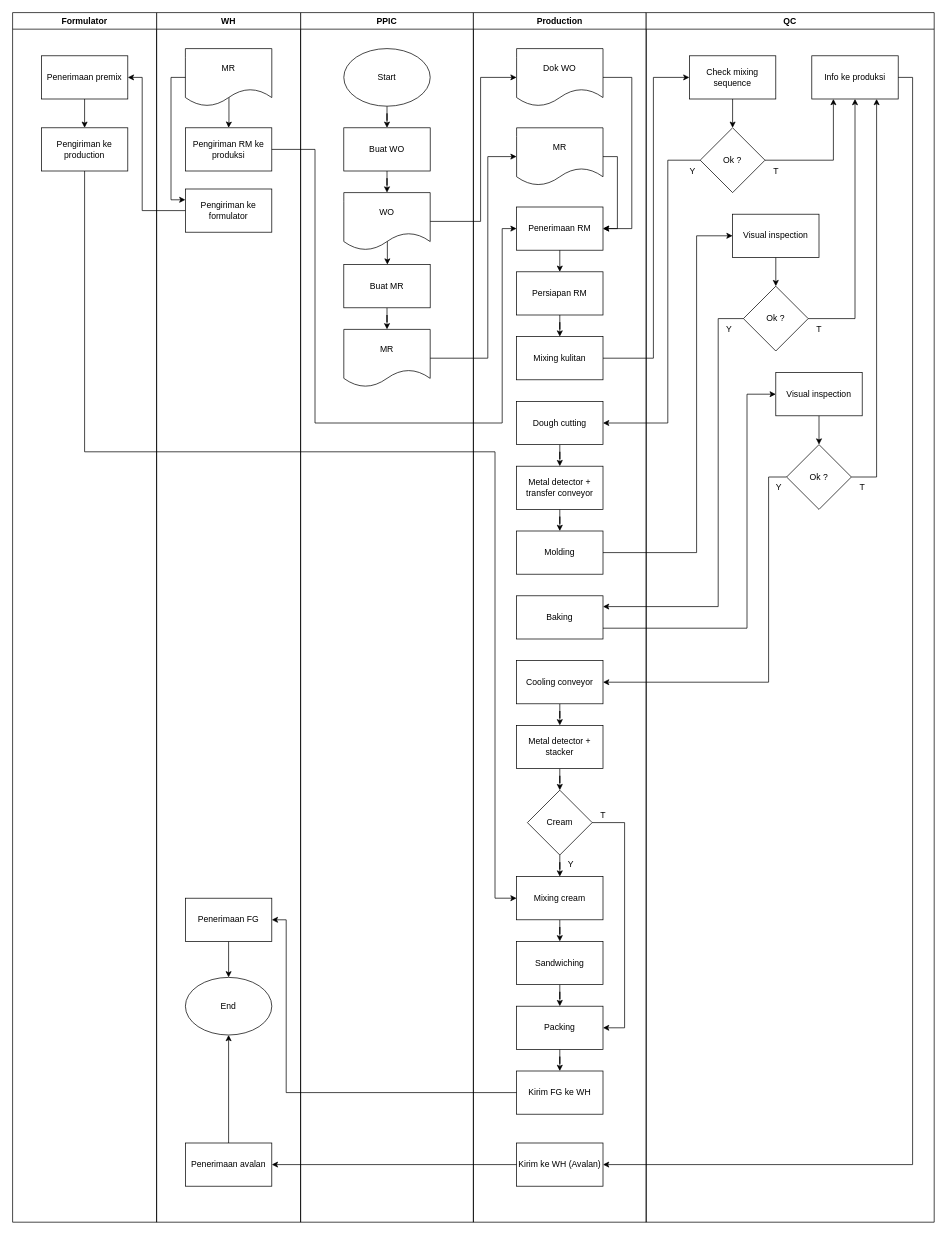
Earlier version of the draw.io diagram page "SOP Biscuit - Production" (25 of 26) of SOP Agro.drawio (wilhelmus098/pf). Source tidied: cells renumbered, new cells numbered last; positions are measured from the earlier drawing's top-left corner, leaving out a move shared by most shapes. Both pictures are drawn from the tidied source at 72%, with x=0, y=0 at pixel (12, 12).
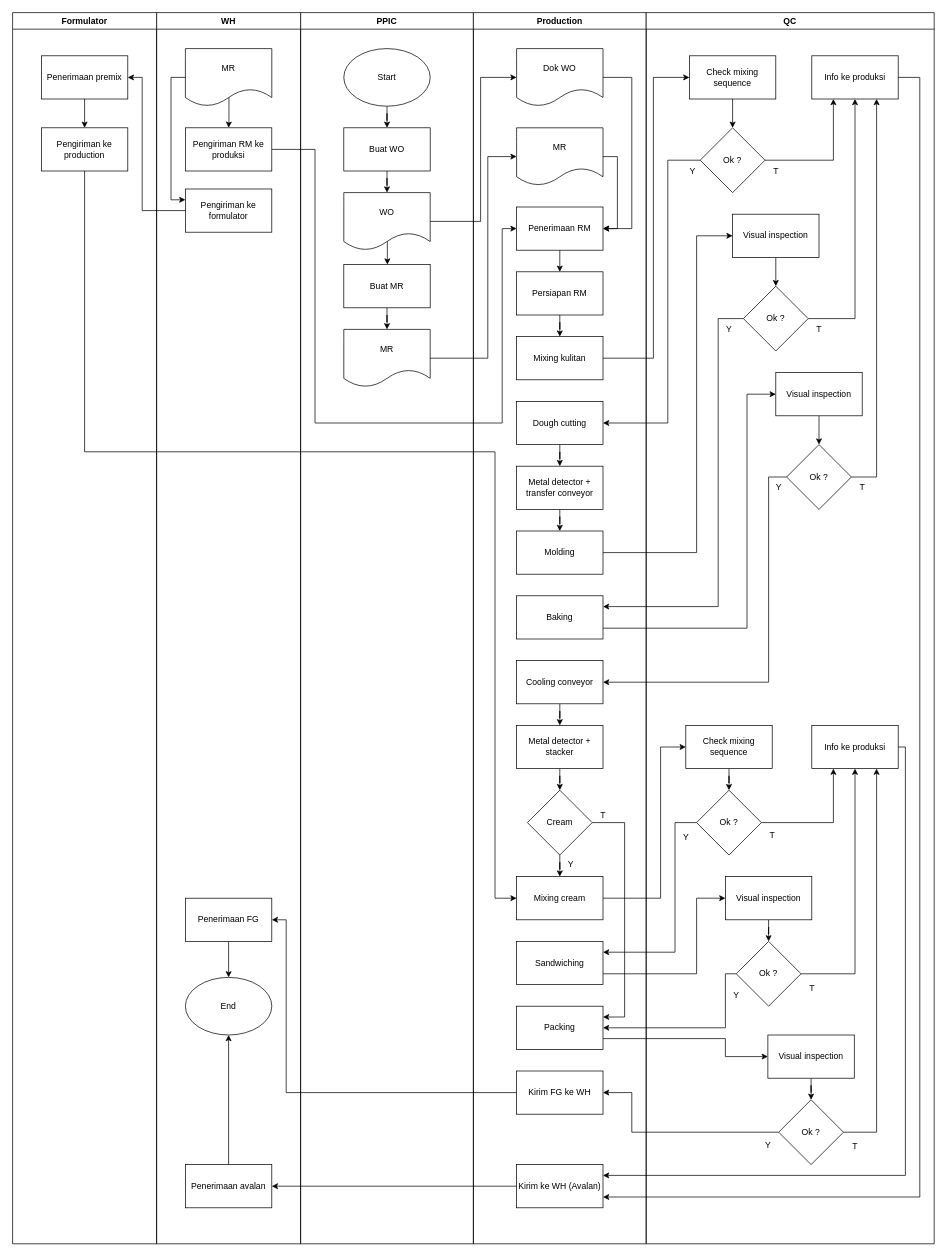
Above is the later version.

The change refers to these unchanged cells:
```xml
<mxCell id="33" value="Cream" style="rhombus;whiteSpace=wrap;html=1;" parent="12" vertex="1">
  <mxGeometry x="75" y="1080" width="90" height="90" as="geometry" />
</mxCell>
<mxCell id="35" value="Mixing cream" style="rounded=0;whiteSpace=wrap;html=1;" parent="12" vertex="1">
  <mxGeometry x="60" y="1200" width="120" height="60" as="geometry" />
</mxCell>
<mxCell id="37" value="Sandwiching" style="rounded=0;whiteSpace=wrap;html=1;" parent="12" vertex="1">
  <mxGeometry x="60" y="1290" width="120" height="60" as="geometry" />
</mxCell>
<mxCell id="39" value="Packing" style="rounded=0;whiteSpace=wrap;html=1;" parent="12" vertex="1">
  <mxGeometry x="60" y="1380" width="120" height="60" as="geometry" />
</mxCell>
<mxCell id="43" value="Kirim FG ke WH" style="rounded=0;whiteSpace=wrap;html=1;" parent="12" vertex="1">
  <mxGeometry x="60" y="1470" width="120" height="60" as="geometry" />
</mxCell>
<mxCell id="49" value="Info ke produksi" style="rounded=0;whiteSpace=wrap;html=1;" parent="45" vertex="1">
  <mxGeometry x="230" y="60" width="120" height="60" as="geometry" />
</mxCell>
```

What changed in the source:
```diff
@@
     <mxCell id="2" value="PPIC" style="swimlane;whiteSpace=wrap;html=1;" parent="1" vertex="1">
-      <mxGeometry x="400" width="240" height="1680" as="geometry" />
+      <mxGeometry x="400" width="240" height="1710" as="geometry" />
     </mxCell>
@@
     <mxCell id="12" value="Production" style="swimlane;whiteSpace=wrap;html=1;" parent="1" vertex="1">
-      <mxGeometry x="640" width="240" height="1680" as="geometry" />
+      <mxGeometry x="640" width="240" height="1710" as="geometry" />
     </mxCell>
@@
-    <mxCell id="34" style="edgeStyle=orthogonalEdgeStyle;rounded=0;jettySize=auto;html=1;" parent="12" edge="1" source="35" target="37">
-      <mxGeometry relative="1" as="geometry" />
-    </mxCell>
@@
-    <mxCell id="36" style="edgeStyle=orthogonalEdgeStyle;rounded=0;jettySize=auto;html=1;" parent="12" edge="1" source="37" target="39">
-      <mxGeometry relative="1" as="geometry" />
-    </mxCell>
@@
-    <mxCell id="38" style="edgeStyle=orthogonalEdgeStyle;rounded=0;jettySize=auto;html=1;" parent="12" edge="1" source="39" target="43">
-      <mxGeometry relative="1" as="geometry" />
-    </mxCell>
@@
-    <mxCell id="40" style="endArrow=classic;html=1;rounded=0;exitX=1;exitY=0.5;exitDx=0;exitDy=0;entryX=1;entryY=0.5;entryDx=0;entryDy=0;" parent="12" edge="1" source="33" target="39">
+    <mxCell id="40" style="endArrow=classic;html=1;rounded=0;exitX=1;exitY=0.5;exitDx=0;exitDy=0;entryX=1;entryY=0.25;entryDx=0;entryDy=0;" parent="12" edge="1" source="33" target="39">
       <mxGeometry relative="1" as="geometry">
         <Array as="points">
           <mxPoint x="210" y="1125" />
-          <mxPoint x="210" y="1410" />
+          <mxPoint x="210" y="1395" />
         </Array>
       </mxGeometry>
     </mxCell>
@@
     <mxCell id="44" value="Kirim ke WH (Avalan)" style="rounded=0;whiteSpace=wrap;html=1;" parent="12" vertex="1">
-      <mxGeometry x="60" y="1570" width="120" height="60" as="geometry" />
+      <mxGeometry x="60" y="1600" width="120" height="60" as="geometry" />
     </mxCell>
     <mxCell id="45" value="QC" style="swimlane;whiteSpace=wrap;html=1;" parent="1" vertex="1">
-      <mxGeometry x="880" width="400" height="1680" as="geometry" />
+      <mxGeometry x="880" width="400" height="1710" as="geometry" />
     </mxCell>
@@
+    <mxCell id="94" style="edgeStyle=orthogonalEdgeStyle;rounded=0;jettySize=auto;html=1;" parent="45" edge="1" source="95" target="96">
+      <mxGeometry relative="1" as="geometry" />
+    </mxCell>
+    <mxCell id="95" value="Check mixing sequence" style="rounded=0;whiteSpace=wrap;html=1;" parent="45" vertex="1">
+      <mxGeometry x="55" y="990" width="120" height="60" as="geometry" />
+    </mxCell>
+    <mxCell id="96" value="Ok ?" style="rhombus;whiteSpace=wrap;html=1;" parent="45" vertex="1">
+      <mxGeometry x="70" y="1080" width="90" height="90" as="geometry" />
+    </mxCell>
+    <mxCell id="97" value="Y" style="text;html=1;align=center;verticalAlign=middle;strokeColor=none;fillColor=none;" parent="45" vertex="1">
+      <mxGeometry x="40" y="1130" width="30" height="30" as="geometry" />
+    </mxCell>
+    <mxCell id="98" style="edgeStyle=orthogonalEdgeStyle;rounded=0;jettySize=auto;html=1;" parent="45" edge="1" source="99" target="100">
+      <mxGeometry relative="1" as="geometry" />
+    </mxCell>
+    <mxCell id="99" value="Visual inspection" style="rounded=0;whiteSpace=wrap;html=1;" parent="45" vertex="1">
+      <mxGeometry x="110" y="1200" width="120" height="60" as="geometry" />
+    </mxCell>
+    <mxCell id="100" value="Ok ?" style="rhombus;whiteSpace=wrap;html=1;" parent="45" vertex="1">
+      <mxGeometry x="125" y="1290" width="90" height="90" as="geometry" />
+    </mxCell>
+    <mxCell id="101" value="Y" style="text;html=1;align=center;verticalAlign=middle;strokeColor=none;fillColor=none;" parent="45" vertex="1">
+      <mxGeometry x="110" y="1350" width="30" height="30" as="geometry" />
+    </mxCell>
+    <mxCell id="102" style="edgeStyle=orthogonalEdgeStyle;rounded=0;jettySize=auto;html=1;" parent="45" edge="1" source="103" target="104">
+      <mxGeometry relative="1" as="geometry" />
+    </mxCell>
+    <mxCell id="103" value="Visual inspection" style="rounded=0;whiteSpace=wrap;html=1;" parent="45" vertex="1">
+      <mxGeometry x="169" y="1420" width="120" height="60" as="geometry" />
+    </mxCell>
+    <mxCell id="104" value="Ok ?" style="rhombus;whiteSpace=wrap;html=1;" parent="45" vertex="1">
+      <mxGeometry x="184" y="1510" width="90" height="90" as="geometry" />
+    </mxCell>
+    <mxCell id="105" value="Info ke produksi" style="rounded=0;whiteSpace=wrap;html=1;" parent="45" vertex="1">
+      <mxGeometry x="230" y="990" width="120" height="60" as="geometry" />
+    </mxCell>
+    <mxCell id="106" style="endArrow=classic;html=1;rounded=0;exitX=1;exitY=0.5;exitDx=0;exitDy=0;entryX=0.25;entryY=1;entryDx=0;entryDy=0;" parent="45" edge="1" source="96" target="105">
+      <mxGeometry relative="1" as="geometry">
+        <Array as="points">
+          <mxPoint x="260" y="1125" />
+        </Array>
+      </mxGeometry>
+    </mxCell>
+    <mxCell id="107" style="endArrow=classic;html=1;rounded=0;exitX=1;exitY=0.5;exitDx=0;exitDy=0;entryX=0.5;entryY=1;entryDx=0;entryDy=0;" parent="45" edge="1" source="100" target="105">
+      <mxGeometry relative="1" as="geometry">
+        <Array as="points">
+          <mxPoint x="290" y="1335" />
+        </Array>
+      </mxGeometry>
+    </mxCell>
+    <mxCell id="108" style="endArrow=classic;html=1;rounded=0;exitX=1;exitY=0.5;exitDx=0;exitDy=0;entryX=0.75;entryY=1;entryDx=0;entryDy=0;" parent="45" edge="1" source="104" target="105">
+      <mxGeometry relative="1" as="geometry">
+        <Array as="points">
+          <mxPoint x="320" y="1555" />
+        </Array>
+      </mxGeometry>
+    </mxCell>
+    <mxCell id="109" value="T" style="text;html=1;align=center;verticalAlign=middle;strokeColor=none;fillColor=none;" parent="45" vertex="1">
+      <mxGeometry x="160" y="1128" width="30" height="30" as="geometry" />
+    </mxCell>
+    <mxCell id="110" value="T" style="text;html=1;align=center;verticalAlign=middle;strokeColor=none;fillColor=none;" parent="45" vertex="1">
+      <mxGeometry x="215" y="1340" width="30" height="30" as="geometry" />
+    </mxCell>
+    <mxCell id="111" value="T" style="text;html=1;align=center;verticalAlign=middle;strokeColor=none;fillColor=none;" parent="45" vertex="1">
+      <mxGeometry x="275" y="1560" width="30" height="30" as="geometry" />
+    </mxCell>
+    <mxCell id="112" value="Y" style="text;html=1;align=center;verticalAlign=middle;strokeColor=none;fillColor=none;" parent="45" vertex="1">
+      <mxGeometry x="154" y="1558" width="30" height="30" as="geometry" />
+    </mxCell>
@@
     <mxCell id="73" value="WH" style="swimlane;whiteSpace=wrap;html=1;" parent="1" vertex="1">
-      <mxGeometry x="200" width="200" height="1680" as="geometry" />
+      <mxGeometry x="200" width="200" height="1710" as="geometry" />
     </mxCell>
@@
     <mxCell id="82" value="Penerimaan avalan" style="rounded=0;whiteSpace=wrap;html=1;" parent="73" vertex="1">
-      <mxGeometry x="40" y="1570" width="120" height="60" as="geometry" />
+      <mxGeometry x="40" y="1600" width="120" height="60" as="geometry" />
     </mxCell>
@@
     <mxCell id="84" value="Formulator" style="swimlane;whiteSpace=wrap;html=1;" parent="1" vertex="1">
-      <mxGeometry width="200" height="1680" as="geometry" />
+      <mxGeometry width="200" height="1710" as="geometry" />
     </mxCell>
@@
-    <mxCell id="92" style="endArrow=classic;html=1;rounded=0;exitX=1;exitY=0.5;exitDx=0;exitDy=0;entryX=1;entryY=0.5;entryDx=0;entryDy=0;" parent="1" edge="1" source="49" target="44">
+    <mxCell id="92" style="endArrow=classic;html=1;rounded=0;exitX=1;exitY=0.5;exitDx=0;exitDy=0;entryX=1;entryY=0.75;entryDx=0;entryDy=0;" parent="1" edge="1" source="49" target="44">
       <mxGeometry relative="1" as="geometry">
         <Array as="points">
-          <mxPoint x="1250" y="90" />
-          <mxPoint x="1250" y="1600" />
+          <mxPoint x="1260" y="90" />
+          <mxPoint x="1260" y="1645" />
         </Array>
       </mxGeometry>
     </mxCell>
@@
+    <mxCell id="113" style="endArrow=classic;html=1;rounded=0;exitX=1;exitY=0.5;exitDx=0;exitDy=0;entryX=0;entryY=0.5;entryDx=0;entryDy=0;" parent="1" edge="1" source="35" target="95">
+      <mxGeometry relative="1" as="geometry">
+        <Array as="points">
+          <mxPoint x="900" y="1230" />
+          <mxPoint x="900" y="1020" />
+        </Array>
+      </mxGeometry>
+    </mxCell>
+    <mxCell id="114" style="endArrow=classic;html=1;rounded=0;exitX=0;exitY=0.5;exitDx=0;exitDy=0;entryX=1;entryY=0.25;entryDx=0;entryDy=0;" parent="1" edge="1" source="96" target="37">
+      <mxGeometry relative="1" as="geometry">
+        <Array as="points">
+          <mxPoint x="920" y="1125" />
+          <mxPoint x="920" y="1305" />
+        </Array>
+      </mxGeometry>
+    </mxCell>
+    <mxCell id="115" style="endArrow=classic;html=1;rounded=0;exitX=1;exitY=0.75;exitDx=0;exitDy=0;entryX=0;entryY=0.5;entryDx=0;entryDy=0;" parent="1" edge="1" source="37" target="99">
+      <mxGeometry relative="1" as="geometry">
+        <Array as="points">
+          <mxPoint x="950" y="1335" />
+          <mxPoint x="950" y="1230" />
+        </Array>
+      </mxGeometry>
+    </mxCell>
+    <mxCell id="116" style="endArrow=classic;html=1;rounded=0;entryX=1;entryY=0.5;entryDx=0;entryDy=0;exitX=0;exitY=0.5;exitDx=0;exitDy=0;" parent="1" edge="1" source="100" target="39">
+      <mxGeometry relative="1" as="geometry">
+        <Array as="points">
+          <mxPoint x="990" y="1335" />
+          <mxPoint x="990" y="1410" />
+        </Array>
+      </mxGeometry>
+    </mxCell>
+    <mxCell id="117" style="endArrow=classic;html=1;rounded=0;exitX=1;exitY=0.75;exitDx=0;exitDy=0;entryX=0;entryY=0.5;entryDx=0;entryDy=0;" parent="1" edge="1" source="39" target="103">
+      <mxGeometry relative="1" as="geometry">
+        <Array as="points">
+          <mxPoint x="990" y="1425" />
+          <mxPoint x="990" y="1450" />
+        </Array>
+      </mxGeometry>
+    </mxCell>
+    <mxCell id="118" style="endArrow=classic;html=1;rounded=0;exitX=0;exitY=0.5;exitDx=0;exitDy=0;entryX=1;entryY=0.5;entryDx=0;entryDy=0;" parent="1" edge="1" source="104" target="43">
+      <mxGeometry relative="1" as="geometry">
+        <Array as="points">
+          <mxPoint x="860" y="1555" />
+          <mxPoint x="860" y="1500" />
+        </Array>
+      </mxGeometry>
+    </mxCell>
+    <mxCell id="119" style="endArrow=classic;html=1;rounded=0;exitX=1;exitY=0.5;exitDx=0;exitDy=0;entryX=1;entryY=0.25;entryDx=0;entryDy=0;" parent="1" edge="1" source="105" target="44">
+      <mxGeometry relative="1" as="geometry">
+        <Array as="points">
+          <mxPoint x="1240" y="1020" />
+          <mxPoint x="1240" y="1615" />
+        </Array>
+      </mxGeometry>
+    </mxCell>
```
